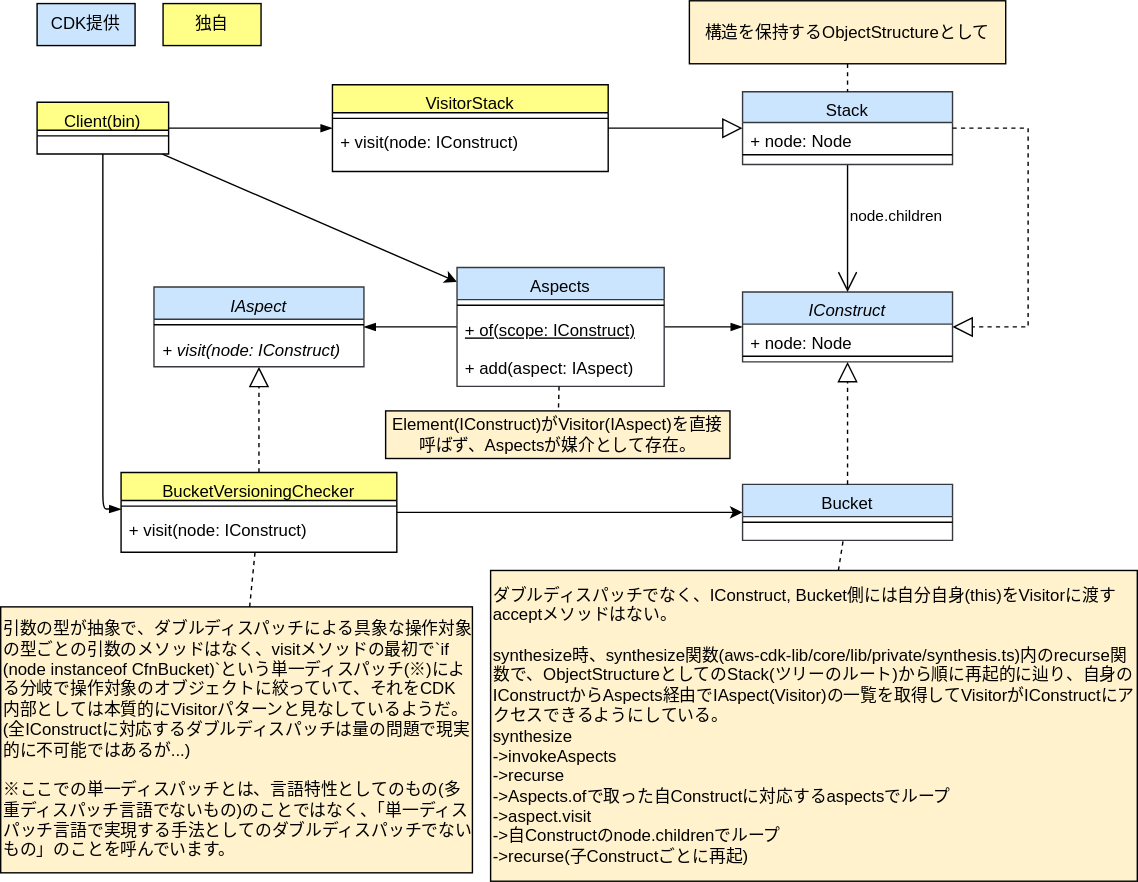
This is drawio/visitor/visitor-cdk-simplified.drawio.svg from go-to-k/cdk-gof-design-pattern, a draw.io export, as it was before one commit. Source tidied: cells renumbered, new cells last; positions are measured from the earlier drawing's top-left corner, leaving out a move shared by most shapes.
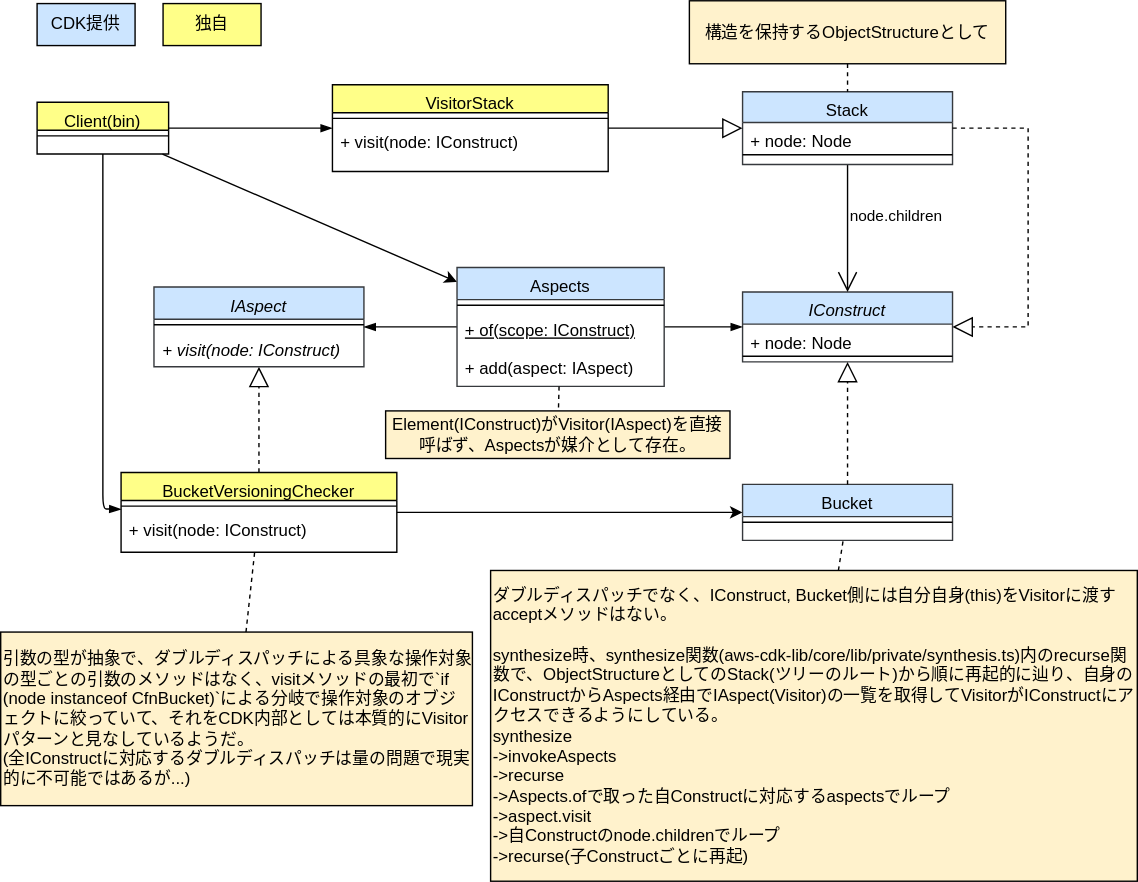
The same diagram one commit later.

Commit message:
update visitor diagrams

What changed in the source:
```diff
@@ -53,8 +53,8 @@
     <mxCell id="18" style="edgeStyle=none;html=1;strokeColor=#000000;endArrow=none;endFill=0;dashed=1;" parent="1" edge="1" source="19" target="5">
       <mxGeometry relative="1" as="geometry" />
     </mxCell>
-    <mxCell id="19" value="引数の型が抽象で、ダブルディスパッチによる具象な操作対象の型ごとの引数のメソッドはなく、visitメソッドの最初で`if (node instanceof CfnBucket)`という単一ディスパッチ(※)による分岐で操作対象のオブジェクトに絞っていて、それをCDK内部としては本質的にVisitorパターンと見なしているようだ。&lt;br&gt;(全IConstructに対応するダブルディスパッチは量の問題で現実的に不可能ではあるが...)&lt;br&gt;&lt;br&gt;※ここでの単一ディスパッチとは、言語特性としてのもの(多重ディスパッチ言語でないもの)のことではなく、「単一ディスパッチ言語で実現する手法としてのダブルディスパッチでないもの」のことを呼んでいます。" style="text;html=1;strokeColor=#000000;fillColor=#fff2cc;align=left;verticalAlign=middle;whiteSpace=wrap;rounded=0;fontColor=#000000;" parent="1" vertex="1">
-      <mxGeometry y="433" width="337" height="190" as="geometry" />
+    <mxCell id="19" value="引数の型が抽象で、ダブルディスパッチによる具象な操作対象の型ごとの引数のメソッドはなく、visitメソッドの最初で`if (node instanceof CfnBucket)`による分岐で操作対象のオブジェクトに絞っていて、それをCDK内部としては本質的にVisitorパターンと見なしているようだ。&lt;br&gt;(全IConstructに対応するダブルディスパッチは量の問題で現実的に不可能ではあるが...)" style="text;html=1;strokeColor=#000000;fillColor=#fff2cc;align=left;verticalAlign=middle;whiteSpace=wrap;rounded=0;fontColor=#000000;" parent="1" vertex="1">
+      <mxGeometry y="451" width="337" height="124" as="geometry" />
     </mxCell>
     <mxCell id="20" style="edgeStyle=none;html=1;dashed=1;strokeColor=#000000;endArrow=none;endFill=0;" parent="1" edge="1" source="21" target="12">
       <mxGeometry relative="1" as="geometry" />
```
